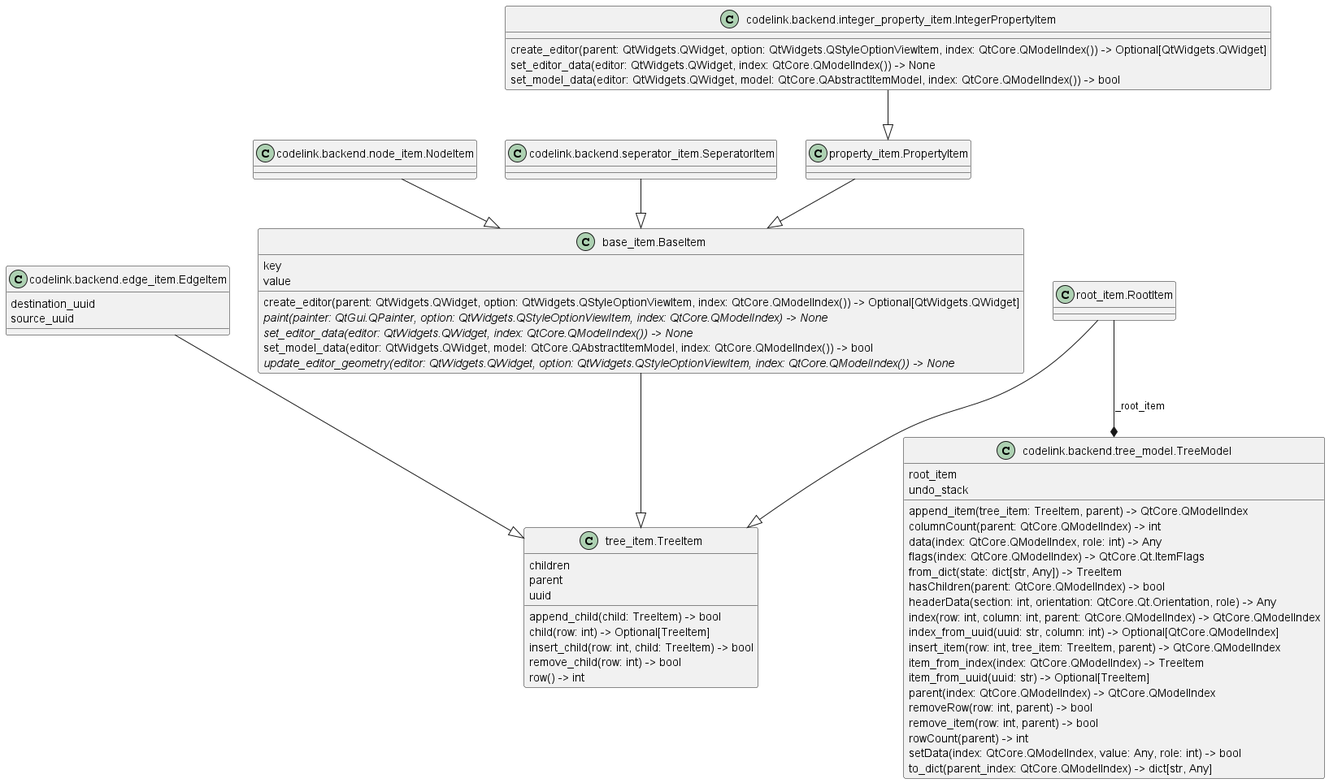
Above: img/backend_classes.png in j8sr0230/codelink (PlantUML), before the change.
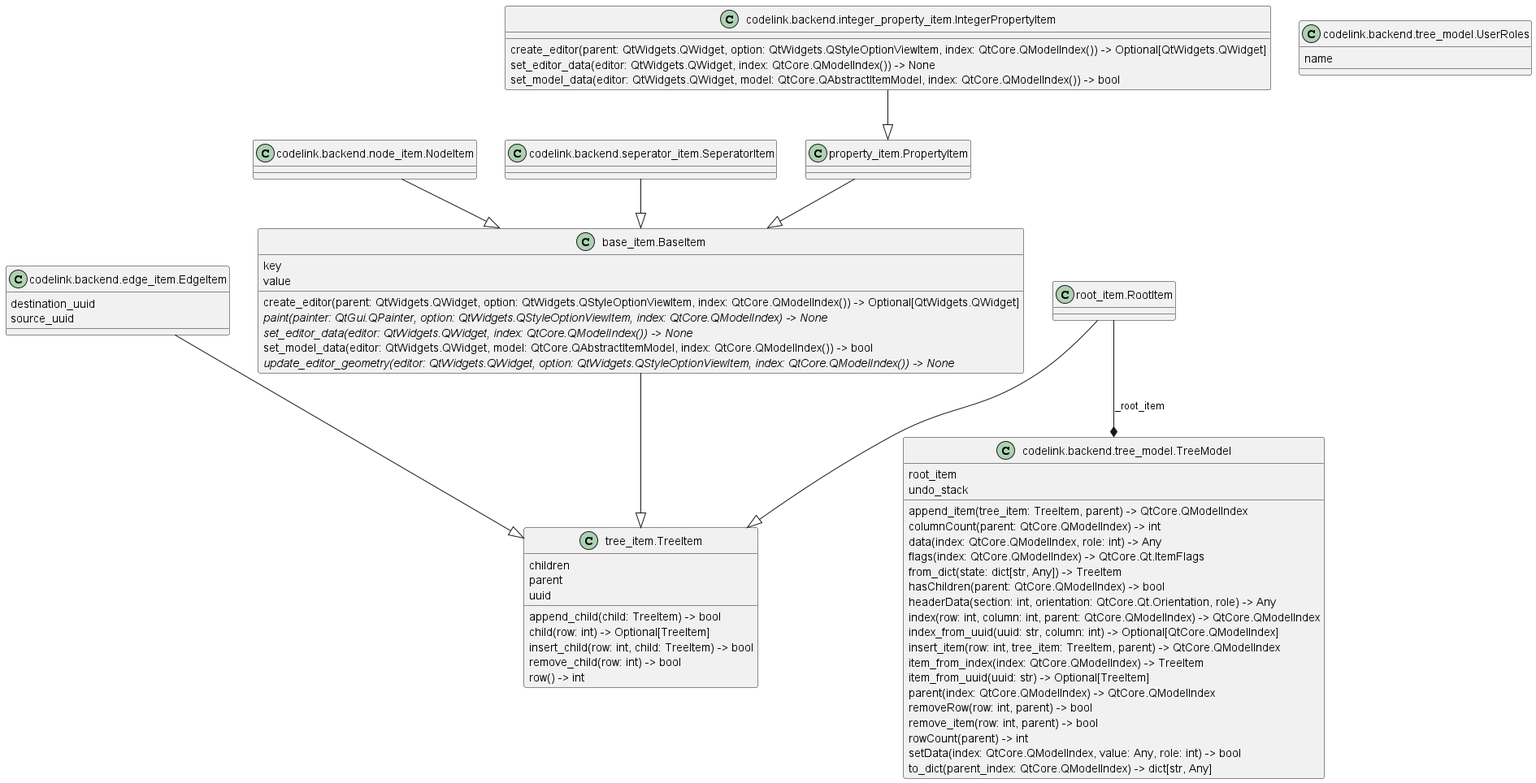
The same file after the commit.

Commit message:
Adds UserRoles enum to tree_model.py

What changed in the source:
```diff
@@ -44,6 +44,9 @@
   setData(index: QtCore.QModelIndex, value: Any, role: int) -> bool
   to_dict(parent_index: QtCore.QModelIndex) -> dict[str, Any]
 }
+class "codelink.backend.tree_model.UserRoles" as codelink.backend.tree_model.UserRoles {
+  name
+}
 class "property_item.PropertyItem" as property_item.PropertyItem {
 }
 class "root_item.RootItem" as root_item.RootItem {
```
